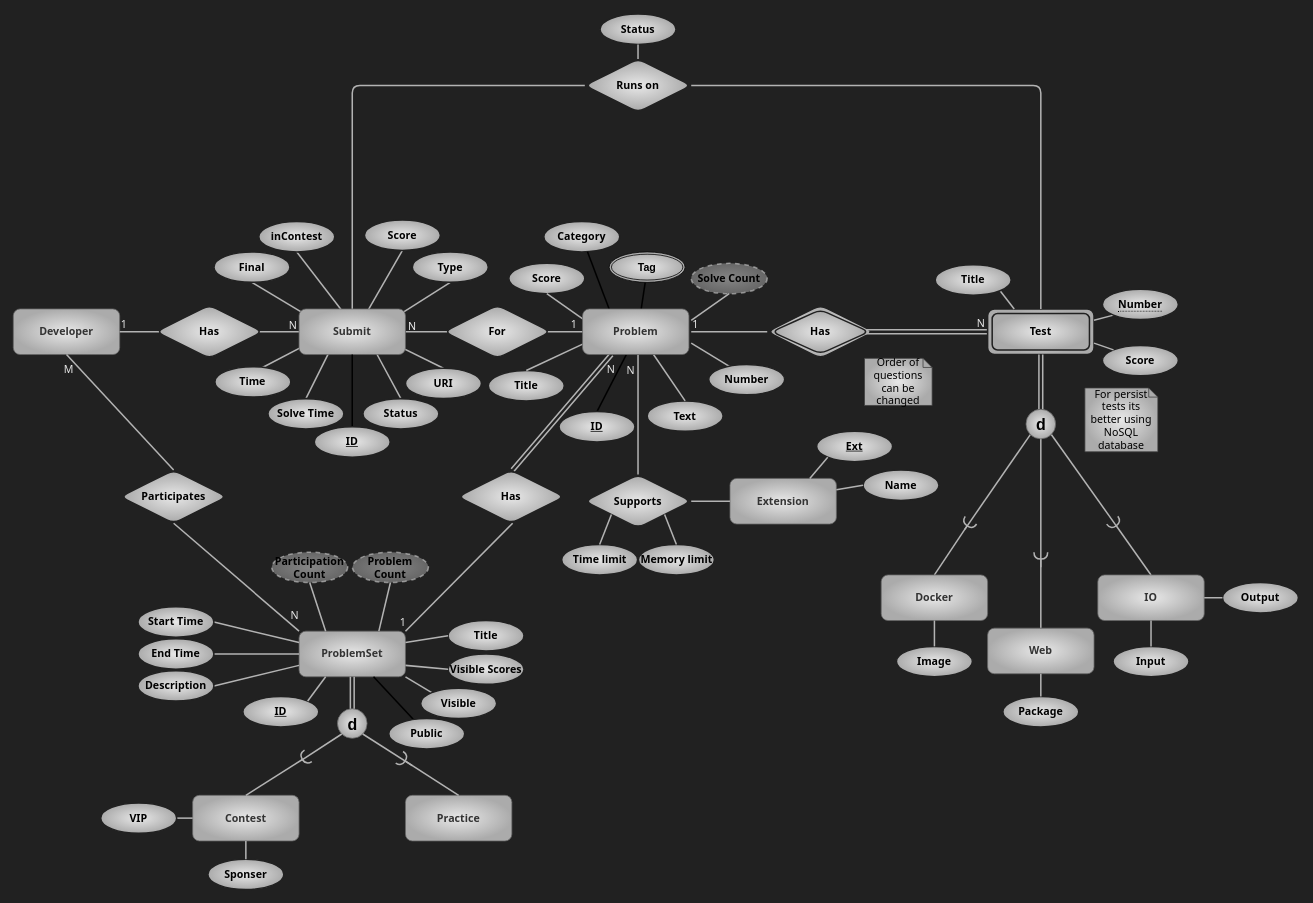
This is page "problemset" (4 of 5) of assets/er.drawio from kntu-db/quera-norm, a draw.io file, before an edit. Source tidied: cells renumbered, new cells numbered last; positions are measured from the earlier drawing's top-left corner, leaving out a move shared by most shapes. Both pictures are drawn from the tidied source at 76%, with x=0, y=0 at pixel (13, 14).
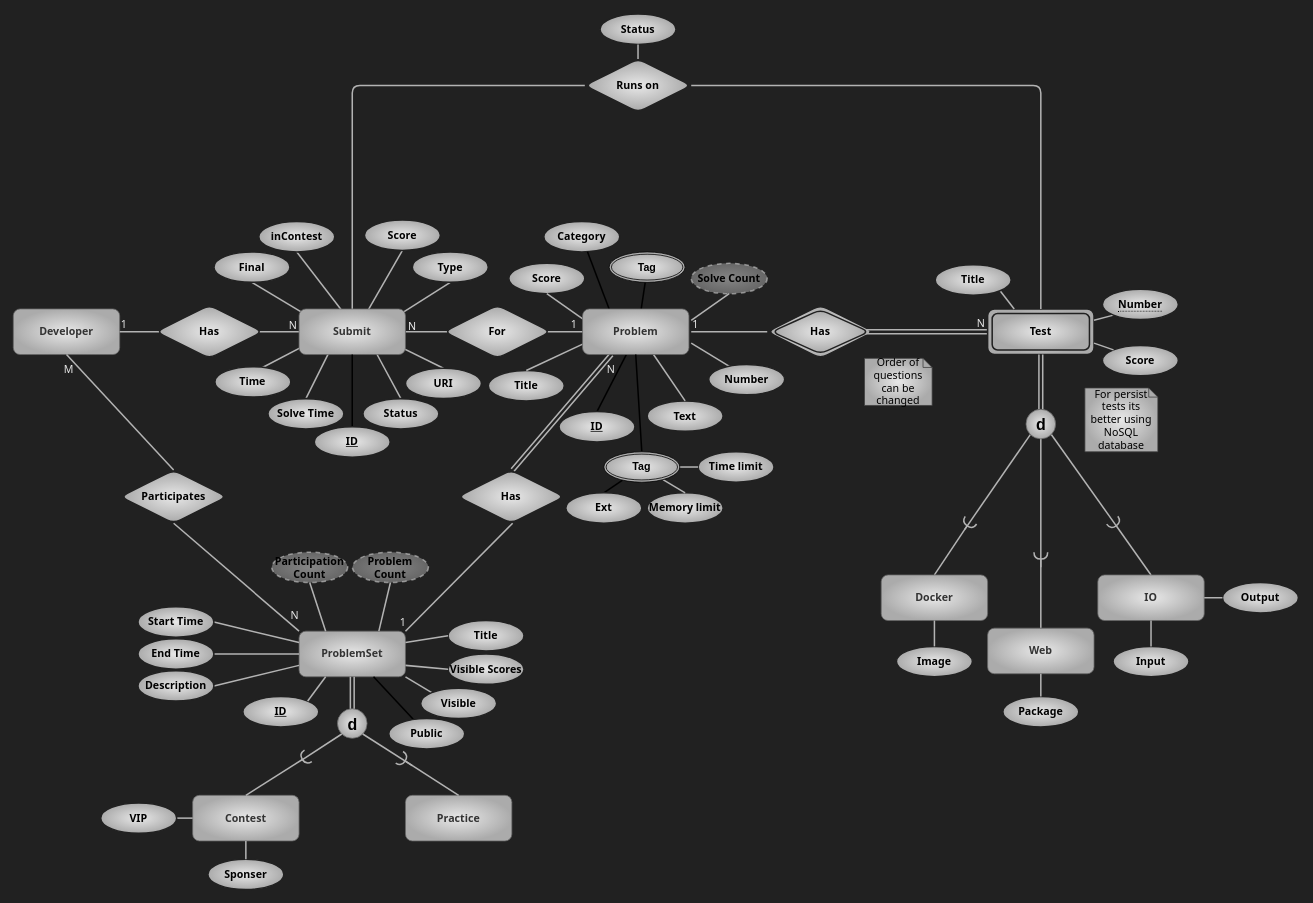
The same page after the edit.

Commit message (it also covers changes not shown here):
Convert extension to multi-valued property

Unchanged cells that the change refers to:
```xml
<mxCell id="72" style="shape=link;html=1;rounded=0;shadow=0;sketch=0;fontFamily=Tahoma;fontSize=14;fontColor=#E8E8E8;strokeWidth=2;fillColor=none;strokeColor=#B3B3B3;entryX=0.25;entryY=1;entryDx=0;entryDy=0;exitX=0.5;exitY=0;exitDx=0;exitDy=0;" parent="1" edge="1">
  <mxGeometry relative="1" as="geometry">
    <mxPoint x="657" y="600" as="sourcePoint" />
    <mxPoint x="787" y="448" as="targetPoint" />
  </mxGeometry>
</mxCell>
<mxCell id="145" value="Problem" style="whiteSpace=wrap;html=1;align=center;fontFamily=Tahoma;rounded=1;fillColor=#E8E8E8;strokeColor=#666666;fontColor=#333333;gradientColor=#ABABAB;gradientDirection=radial;fontSize=14;labelBackgroundColor=none;fontStyle=1;" parent="1" vertex="1">
  <mxGeometry x="749" y="388" width="140" height="60" as="geometry" />
</mxCell>
```

Change to the diagram source:
```diff
@@
-    <mxCell id="74" value="N" style="html=1;align=right;verticalAlign=bottom;rounded=1;shadow=0;glass=0;labelBackgroundColor=none;labelBorderColor=none;fontFamily=Tahoma;fontSize=14;fontColor=#E8E8E8;strokeColor=#3D3D3D;strokeWidth=1;fillColor=#E8E8E8;gradientColor=#ABABAB;gradientDirection=radial;" parent="72" vertex="1">
-      <mxGeometry x="1" relative="1" as="geometry">
-        <mxPoint x="31" y="31" as="offset" />
-      </mxGeometry>
-    </mxCell>
@@
-    <mxCell id="107" value="Extension" style="whiteSpace=wrap;html=1;align=center;fontFamily=Tahoma;rounded=1;fillColor=#E8E8E8;strokeColor=#666666;fontColor=#333333;gradientColor=#ABABAB;gradientDirection=radial;fontSize=14;labelBackgroundColor=none;fontStyle=1;" parent="1" vertex="1">
-      <mxGeometry x="943" y="611" width="140" height="60" as="geometry" />
-    </mxCell>
-    <mxCell id="108" value="Ext" style="ellipse;whiteSpace=wrap;html=1;align=center;rounded=1;labelBackgroundColor=none;fontFamily=Tahoma;fontSize=14;fontColor=#000000;strokeColor=#212121;strokeWidth=2;fillColor=#E8E8E8;gradientColor=#ABABAB;gradientDirection=radial;fontStyle=5;" parent="1" vertex="1">
-      <mxGeometry x="1057" y="549" width="100" height="40" as="geometry" />
-    </mxCell>
-    <mxCell id="109" style="endArrow=none;html=1;rounded=1;fontFamily=Tahoma;fontSize=14;fontColor=#000000;strokeWidth=2;sketch=0;shadow=0;fillColor=none;strokeColor=#B3B3B3;exitX=0;exitY=1;exitDx=0;exitDy=0;entryX=0.75;entryY=0;entryDx=0;entryDy=0;" parent="1" edge="1" source="108" target="107">
-      <mxGeometry relative="1" as="geometry" />
-    </mxCell>
+    <mxCell id="146" style="edgeStyle=none;html=1;exitX=0.5;exitY=0;exitDx=0;exitDy=0;endArrow=none;endFill=0;strokeWidth=2;" parent="1" edge="1" source="110" target="148">
+      <mxGeometry relative="1" as="geometry" />
+    </mxCell>
-    <mxCell id="110" value="Name" style="ellipse;whiteSpace=wrap;html=1;align=center;rounded=1;labelBackgroundColor=none;fontFamily=Tahoma;fontSize=14;fontColor=#000000;strokeColor=#212121;strokeWidth=2;fillColor=#E8E8E8;gradientColor=#ABABAB;gradientDirection=radial;fontStyle=1;" parent="1" vertex="1">
-      <mxGeometry x="1118" y="600" width="100" height="40" as="geometry" />
+    <mxCell id="110" value="Ext" style="ellipse;whiteSpace=wrap;html=1;align=center;rounded=1;labelBackgroundColor=none;fontFamily=Tahoma;fontSize=14;fontColor=#000000;strokeColor=#212121;strokeWidth=2;fillColor=#E8E8E8;gradientColor=#ABABAB;gradientDirection=radial;fontStyle=1;" parent="1" vertex="1">
+      <mxGeometry x="727" y="630" width="100" height="40" as="geometry" />
     </mxCell>
-    <mxCell id="111" style="endArrow=none;html=1;rounded=1;fontFamily=Tahoma;fontSize=14;fontColor=#000000;strokeWidth=2;sketch=0;shadow=0;fillColor=none;strokeColor=#B3B3B3;exitX=0;exitY=0.5;exitDx=0;exitDy=0;entryX=1;entryY=0.25;entryDx=0;entryDy=0;" parent="1" edge="1" source="110" target="107">
-      <mxGeometry relative="1" as="geometry" />
-    </mxCell>
-    <mxCell id="112" value="Supports" style="shape=rhombus;perimeter=rhombusPerimeter;whiteSpace=wrap;html=1;align=center;rounded=1;labelBackgroundColor=none;fontFamily=Tahoma;fontSize=14;fontColor=#000000;strokeColor=#212121;strokeWidth=2;fillColor=#E8E8E8;gradientColor=#ABABAB;gradientDirection=radial;fontStyle=1;" parent="1" vertex="1">
-      <mxGeometry x="752" y="606" width="140" height="70" as="geometry" />
-    </mxCell>
-    <mxCell id="113" style="endArrow=none;html=1;rounded=1;fontFamily=Tahoma;fontSize=14;fontColor=#000000;strokeWidth=2;sketch=0;shadow=0;fillColor=none;strokeColor=#B3B3B3;exitX=0.5;exitY=0;exitDx=0;exitDy=0;entryX=0.5;entryY=1;entryDx=0;entryDy=0;" parent="1" edge="1" source="112">
-      <mxGeometry relative="1" as="geometry">
-        <mxPoint x="822" y="448" as="targetPoint" />
-      </mxGeometry>
-    </mxCell>
-    <mxCell id="114" style="endArrow=none;html=1;rounded=1;fontFamily=Tahoma;fontSize=14;fontColor=#000000;strokeWidth=2;sketch=0;shadow=0;fillColor=none;strokeColor=#B3B3B3;exitX=1;exitY=0.5;exitDx=0;exitDy=0;entryX=0;entryY=0.5;entryDx=0;entryDy=0;" parent="1" edge="1" source="112" target="107">
-      <mxGeometry relative="1" as="geometry" />
-    </mxCell>
     <mxCell id="115" value="Memory limit" style="ellipse;whiteSpace=wrap;html=1;align=center;rounded=1;labelBackgroundColor=none;fontFamily=Tahoma;fontSize=14;fontColor=#000000;strokeColor=#212121;strokeWidth=2;fillColor=#E8E8E8;gradientColor=#ABABAB;gradientDirection=radial;fontStyle=1;" parent="1" vertex="1">
-      <mxGeometry x="822.5" y="698" width="100" height="40" as="geometry" />
+      <mxGeometry x="834" y="630" width="100" height="40" as="geometry" />
     </mxCell>
     <mxCell id="116" value="Time limit" style="ellipse;whiteSpace=wrap;html=1;align=center;rounded=1;labelBackgroundColor=none;fontFamily=Tahoma;fontSize=14;fontColor=#000000;strokeColor=#212121;strokeWidth=2;fillColor=#E8E8E8;gradientColor=#ABABAB;gradientDirection=radial;fontStyle=1;" parent="1" vertex="1">
-      <mxGeometry x="721.5" y="698" width="100" height="40" as="geometry" />
+      <mxGeometry x="901" y="576" width="100" height="40" as="geometry" />
     </mxCell>
-    <mxCell id="117" style="endArrow=none;html=1;rounded=1;fontFamily=Tahoma;fontSize=14;fontColor=#000000;strokeWidth=2;sketch=0;shadow=0;fillColor=none;strokeColor=#B3B3B3;exitX=1;exitY=1;exitDx=0;exitDy=0;entryX=0.5;entryY=0;entryDx=0;entryDy=0;" parent="1" edge="1" source="112" target="115">
+    <mxCell id="117" style="endArrow=none;html=1;rounded=1;fontFamily=Tahoma;fontSize=14;fontColor=#000000;strokeWidth=2;sketch=0;shadow=0;fillColor=none;strokeColor=#B3B3B3;entryX=0.5;entryY=0;entryDx=0;entryDy=0;" parent="1" edge="1" source="148" target="115">
       <mxGeometry relative="1" as="geometry" />
     </mxCell>
-    <mxCell id="118" style="endArrow=none;html=1;rounded=1;fontFamily=Tahoma;fontSize=14;fontColor=#000000;strokeWidth=2;sketch=0;shadow=0;fillColor=none;strokeColor=#B3B3B3;exitX=0;exitY=1;exitDx=0;exitDy=0;entryX=0.5;entryY=0;entryDx=0;entryDy=0;" parent="1" edge="1" source="112" target="116">
+    <mxCell id="118" style="endArrow=none;html=1;rounded=1;fontFamily=Tahoma;fontSize=14;fontColor=#000000;strokeWidth=2;sketch=0;shadow=0;fillColor=none;strokeColor=#B3B3B3;entryX=0;entryY=0.5;entryDx=0;entryDy=0;" parent="1" edge="1" source="148" target="116">
       <mxGeometry relative="1" as="geometry" />
     </mxCell>
@@
+    <mxCell id="147" style="edgeStyle=none;html=1;exitX=0.5;exitY=0;exitDx=0;exitDy=0;entryX=0.5;entryY=1;entryDx=0;entryDy=0;endArrow=none;endFill=0;strokeWidth=2;" parent="1" edge="1" source="148" target="145">
+      <mxGeometry relative="1" as="geometry" />
+    </mxCell>
+    <mxCell id="148" value="Tag" style="ellipse;shape=doubleEllipse;margin=3;whiteSpace=wrap;html=1;align=center;gradientColor=#ABABAB;gradientDirection=radial;fillColor=#E8E8E8;fontSize=14;fontColor=#000000;fontStyle=1;strokeColor=#000000;" parent="1" vertex="1">
+      <mxGeometry x="777" y="576" width="100" height="40" as="geometry" />
+    </mxCell>
```
